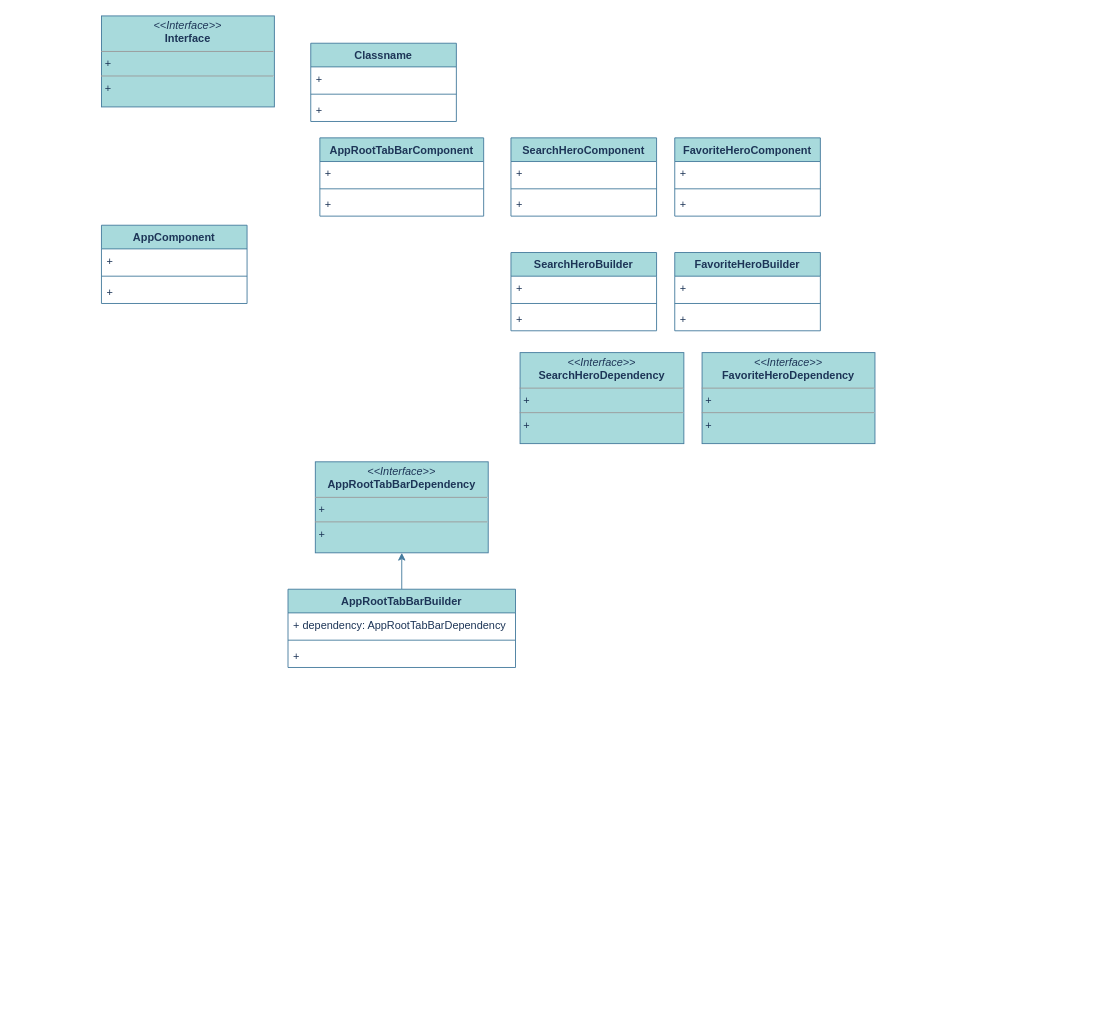
The draw.io diagram page "DI" (2 of 2) of Characters.drawio in gookhee/diagrams, before the edit. Source tidied: cells renumbered, new cells numbered last; positions are measured from the earlier drawing's top-left corner, leaving out a move shared by most shapes. Both pictures are drawn from the tidied source at 91%, with x=0, y=0 at pixel (101, 15).
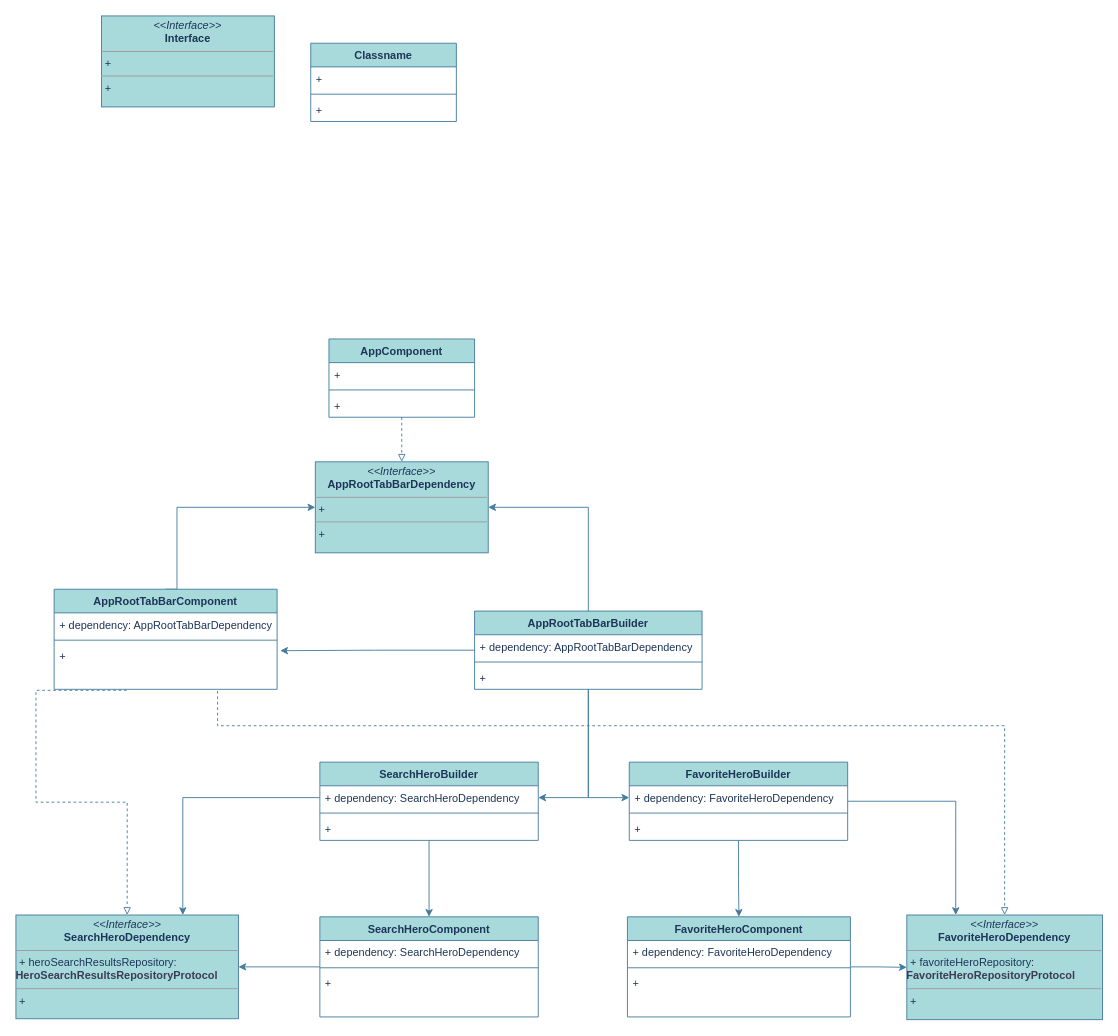
The same page after the edit.

The edit, as a diff of the source:
```diff
@@
+    <mxCell id="39" style="edgeStyle=orthogonalEdgeStyle;rounded=0;jettySize=auto;html=1;entryX=0.5;entryY=0;entryDx=0;entryDy=0;strokeColor=#457B9D;fontColor=#1D3557;fillColor=#A8DADC;dashed=1;endArrow=block;endFill=0;" parent="1" edge="1" source="7" target="37">
+      <mxGeometry relative="1" as="geometry" />
+    </mxCell>
     <mxCell id="7" value="AppComponent" style="swimlane;fontStyle=1;align=center;verticalAlign=top;horizontal=1;startSize=26;whiteSpace=wrap;html=1;strokeColor=#457B9D;fontColor=#1D3557;fillColor=#A8DADC;labelBackgroundColor=none;" parent="1" vertex="1">
-      <mxGeometry y="230" width="160" height="86" as="geometry" />
+      <mxGeometry x="250" y="355" width="160" height="86" as="geometry" />
     </mxCell>
@@
+    <mxCell id="40" style="edgeStyle=orthogonalEdgeStyle;rounded=0;jettySize=auto;html=1;strokeColor=#457B9D;fontColor=default;fillColor=#A8DADC;endArrow=classic;endFill=1;labelBackgroundColor=none;exitX=0.5;exitY=0;exitDx=0;exitDy=0;entryX=0;entryY=0.5;entryDx=0;entryDy=0;" parent="1" edge="1" source="11" target="37">
+      <mxGeometry relative="1" as="geometry">
+        <Array as="points">
+          <mxPoint x="83" y="540" />
+        </Array>
+      </mxGeometry>
+    </mxCell>
     <mxCell id="11" value="AppRootTabBarComponent" style="swimlane;fontStyle=1;align=center;verticalAlign=top;horizontal=1;startSize=26;whiteSpace=wrap;html=1;strokeColor=#457B9D;fontColor=#1D3557;fillColor=#A8DADC;labelBackgroundColor=none;" parent="1" vertex="1">
-      <mxGeometry x="240" y="134" width="180" height="86" as="geometry" />
+      <mxGeometry x="-52" y="630" width="245" height="110" as="geometry" />
     </mxCell>
-    <mxCell id="12" value="+&amp;nbsp;" style="text;strokeColor=none;fillColor=none;align=left;verticalAlign=top;spacingLeft=4;spacingRight=4;overflow=hidden;whiteSpace=wrap;html=1;fontColor=#1D3557;labelBackgroundColor=none;" parent="11" vertex="1">
-      <mxGeometry y="26" width="180" height="26" as="geometry" />
+    <mxCell id="12" value="+ dependency: AppRootTabBarDependency" style="text;strokeColor=none;fillColor=none;align=left;verticalAlign=top;spacingLeft=4;spacingRight=4;overflow=hidden;whiteSpace=wrap;html=1;fontColor=#1D3557;labelBackgroundColor=none;" parent="11" vertex="1">
+      <mxGeometry y="26" width="245" height="26" as="geometry" />
     </mxCell>
     <mxCell id="13" style="line;strokeWidth=1;fillColor=none;align=left;verticalAlign=middle;spacingTop=-1;spacingLeft=3;spacingRight=3;labelPosition=right;strokeColor=#457B9D;fontColor=#1D3557;labelBackgroundColor=none;" parent="11" vertex="1">
-      <mxGeometry y="52" width="180" height="8" as="geometry" />
+      <mxGeometry y="52" width="245" height="8" as="geometry" />
     </mxCell>
     <mxCell id="14" value="+&amp;nbsp;" style="text;strokeColor=none;fillColor=none;align=left;verticalAlign=top;spacingLeft=4;spacingRight=4;overflow=hidden;points=[[0,0.5],[1,0.5]];portConstraint=eastwest;whiteSpace=wrap;html=1;fontColor=#1D3557;labelBackgroundColor=none;" parent="11" vertex="1">
-      <mxGeometry y="60" width="180" height="26" as="geometry" />
+      <mxGeometry y="60" width="245" height="50" as="geometry" />
     </mxCell>
-    <mxCell id="15" value="SearchHeroComponent" style="swimlane;fontStyle=1;align=center;verticalAlign=top;horizontal=1;startSize=26;whiteSpace=wrap;html=1;strokeColor=#457B9D;fontColor=#1D3557;fillColor=#A8DADC;labelBackgroundColor=none;" parent="1" vertex="1">
-      <mxGeometry x="450" y="134" width="160" height="86" as="geometry" />
-    </mxCell>
-    <mxCell id="16" value="+&amp;nbsp;" style="text;strokeColor=none;fillColor=none;align=left;verticalAlign=top;spacingLeft=4;spacingRight=4;overflow=hidden;whiteSpace=wrap;html=1;fontColor=#1D3557;labelBackgroundColor=none;" parent="15" vertex="1">
-      <mxGeometry y="26" width="160" height="26" as="geometry" />
-    </mxCell>
-    <mxCell id="17" style="line;strokeWidth=1;fillColor=none;align=left;verticalAlign=middle;spacingTop=-1;spacingLeft=3;spacingRight=3;labelPosition=right;strokeColor=#457B9D;fontColor=#1D3557;labelBackgroundColor=none;" parent="15" vertex="1">
-      <mxGeometry y="52" width="160" height="8" as="geometry" />
-    </mxCell>
-    <mxCell id="18" value="+&amp;nbsp;" style="text;strokeColor=none;fillColor=none;align=left;verticalAlign=top;spacingLeft=4;spacingRight=4;overflow=hidden;whiteSpace=wrap;html=1;fontColor=#1D3557;labelBackgroundColor=none;" parent="15" vertex="1">
-      <mxGeometry y="60" width="160" height="26" as="geometry" />
-    </mxCell>
-    <mxCell id="19" value="FavoriteHeroComponent" style="swimlane;fontStyle=1;align=center;verticalAlign=top;horizontal=1;startSize=26;whiteSpace=wrap;html=1;strokeColor=#457B9D;fontColor=#1D3557;fillColor=#A8DADC;labelBackgroundColor=none;" parent="1" vertex="1">
-      <mxGeometry x="630" y="134" width="160" height="86" as="geometry" />
-    </mxCell>
-    <mxCell id="20" value="+&amp;nbsp;" style="text;strokeColor=none;fillColor=none;align=left;verticalAlign=top;spacingLeft=4;spacingRight=4;overflow=hidden;whiteSpace=wrap;html=1;fontColor=#1D3557;labelBackgroundColor=none;" parent="19" vertex="1">
-      <mxGeometry y="26" width="160" height="26" as="geometry" />
-    </mxCell>
-    <mxCell id="21" style="line;strokeWidth=1;fillColor=none;align=left;verticalAlign=middle;spacingTop=-1;spacingLeft=3;spacingRight=3;labelPosition=right;strokeColor=#457B9D;fontColor=#1D3557;labelBackgroundColor=none;" parent="19" vertex="1">
-      <mxGeometry y="52" width="160" height="8" as="geometry" />
-    </mxCell>
-    <mxCell id="22" value="+&amp;nbsp;" style="text;strokeColor=none;fillColor=none;align=left;verticalAlign=top;spacingLeft=4;spacingRight=4;overflow=hidden;whiteSpace=wrap;html=1;fontColor=#1D3557;labelBackgroundColor=none;" parent="19" vertex="1">
-      <mxGeometry y="60" width="160" height="26" as="geometry" />
-    </mxCell>
+    <mxCell id="41" style="edgeStyle=orthogonalEdgeStyle;rounded=0;jettySize=auto;html=1;strokeColor=#457B9D;fontColor=#1D3557;fillColor=#A8DADC;entryX=0;entryY=0.5;entryDx=0;entryDy=0;" parent="1" edge="1" source="24" target="57">
+      <mxGeometry relative="1" as="geometry" />
+    </mxCell>
-    <mxCell id="23" style="edgeStyle=orthogonalEdgeStyle;rounded=0;jettySize=auto;html=1;exitX=0.5;exitY=0;exitDx=0;exitDy=0;strokeColor=#457B9D;fontColor=default;fillColor=#A8DADC;entryX=0.5;entryY=1;entryDx=0;entryDy=0;labelBackgroundColor=none;" parent="1" edge="1" source="24" target="37">
+    <mxCell id="23" style="edgeStyle=orthogonalEdgeStyle;rounded=0;jettySize=auto;html=1;entryX=1;entryY=0.5;entryDx=0;entryDy=0;strokeColor=#457B9D;fontColor=#1D3557;fillColor=#A8DADC;" parent="1" edge="1" source="24" target="37">
       <mxGeometry relative="1" as="geometry" />
     </mxCell>
+    <mxCell id="42" style="edgeStyle=orthogonalEdgeStyle;rounded=0;jettySize=auto;html=1;entryX=1;entryY=0.5;entryDx=0;entryDy=0;strokeColor=#457B9D;fontColor=#1D3557;fillColor=#A8DADC;" parent="1" edge="1" source="24" target="48">
+      <mxGeometry relative="1" as="geometry" />
+    </mxCell>
     <mxCell id="24" value="AppRootTabBarBuilder" style="swimlane;fontStyle=1;align=center;verticalAlign=top;horizontal=1;startSize=26;whiteSpace=wrap;html=1;strokeColor=#457B9D;fontColor=#1D3557;fillColor=#A8DADC;labelBackgroundColor=none;" parent="1" vertex="1">
-      <mxGeometry x="205" y="630" width="250" height="86" as="geometry" />
+      <mxGeometry x="410" y="654" width="250" height="86" as="geometry" />
     </mxCell>
@@
+    <mxCell id="37" value="&lt;p style=&quot;margin:0px;margin-top:4px;text-align:center;&quot;&gt;&lt;i&gt;&amp;lt;&amp;lt;Interface&amp;gt;&amp;gt;&lt;/i&gt;&lt;br&gt;&lt;b&gt;AppRootTabBarDependency&lt;/b&gt;&lt;/p&gt;&lt;hr size=&quot;1&quot;&gt;&lt;p style=&quot;margin:0px;margin-left:4px;&quot;&gt;+&amp;nbsp;&lt;br&gt;&lt;/p&gt;&lt;hr size=&quot;1&quot;&gt;&lt;p style=&quot;margin:0px;margin-left:4px;&quot;&gt;+&amp;nbsp;&lt;br&gt;&lt;/p&gt;" style="verticalAlign=top;align=left;overflow=fill;fontSize=12;fontFamily=Helvetica;html=1;whiteSpace=wrap;labelBackgroundColor=none;fillColor=#A8DADC;strokeColor=#457B9D;fontColor=#1D3557;" parent="1" vertex="1">
+      <mxGeometry x="235" y="490" width="190" height="100" as="geometry" />
+    </mxCell>
+    <mxCell id="43" style="edgeStyle=orthogonalEdgeStyle;rounded=0;jettySize=auto;html=1;entryX=1;entryY=0.5;entryDx=0;entryDy=0;strokeColor=#457B9D;fontColor=#1D3557;fillColor=#A8DADC;" parent="1" edge="1" source="15" target="51">
+      <mxGeometry relative="1" as="geometry" />
+    </mxCell>
+    <mxCell id="15" value="SearchHeroComponent" style="swimlane;fontStyle=1;align=center;verticalAlign=top;horizontal=1;startSize=26;whiteSpace=wrap;html=1;strokeColor=#457B9D;fontColor=#1D3557;fillColor=#A8DADC;labelBackgroundColor=none;" parent="1" vertex="1">
+      <mxGeometry x="240" y="990" width="240" height="110" as="geometry" />
+    </mxCell>
+    <mxCell id="44" value="+ dependency: SearchHeroDependency" style="text;strokeColor=none;fillColor=none;align=left;verticalAlign=top;spacingLeft=4;spacingRight=4;overflow=hidden;whiteSpace=wrap;html=1;fontColor=#1D3557;labelBackgroundColor=none;" parent="15" vertex="1">
+      <mxGeometry y="26" width="240" height="26" as="geometry" />
+    </mxCell>
+    <mxCell id="45" style="line;strokeWidth=1;fillColor=none;align=left;verticalAlign=middle;spacingTop=-1;spacingLeft=3;spacingRight=3;labelPosition=right;strokeColor=#457B9D;fontColor=#1D3557;labelBackgroundColor=none;" parent="15" vertex="1">
+      <mxGeometry y="52" width="240" height="8" as="geometry" />
+    </mxCell>
+    <mxCell id="46" value="+&amp;nbsp;" style="text;strokeColor=none;fillColor=none;align=left;verticalAlign=top;spacingLeft=4;spacingRight=4;overflow=hidden;whiteSpace=wrap;html=1;fontColor=#1D3557;labelBackgroundColor=none;" parent="15" vertex="1">
+      <mxGeometry y="60" width="240" height="50" as="geometry" />
+    </mxCell>
+    <mxCell id="47" style="edgeStyle=orthogonalEdgeStyle;rounded=0;jettySize=auto;html=1;strokeColor=#457B9D;fontColor=#1D3557;fillColor=#A8DADC;" parent="1" edge="1" source="28" target="15">
+      <mxGeometry relative="1" as="geometry" />
+    </mxCell>
     <mxCell id="28" value="SearchHeroBuilder" style="swimlane;fontStyle=1;align=center;verticalAlign=top;horizontal=1;startSize=26;whiteSpace=wrap;html=1;strokeColor=#457B9D;fontColor=#1D3557;fillColor=#A8DADC;labelBackgroundColor=none;" parent="1" vertex="1">
-      <mxGeometry x="450" y="260" width="160" height="86" as="geometry" />
+      <mxGeometry x="240" y="820" width="240" height="86" as="geometry" />
     </mxCell>
-    <mxCell id="29" value="+&amp;nbsp;" style="text;strokeColor=none;fillColor=none;align=left;verticalAlign=top;spacingLeft=4;spacingRight=4;overflow=hidden;whiteSpace=wrap;html=1;fontColor=#1D3557;labelBackgroundColor=none;" parent="28" vertex="1">
-      <mxGeometry y="26" width="160" height="26" as="geometry" />
-    </mxCell>
-    <mxCell id="30" style="line;strokeWidth=1;fillColor=none;align=left;verticalAlign=middle;spacingTop=-1;spacingLeft=3;spacingRight=3;labelPosition=right;strokeColor=#457B9D;fontColor=#1D3557;labelBackgroundColor=none;" parent="28" vertex="1">
-      <mxGeometry y="52" width="160" height="8" as="geometry" />
-    </mxCell>
-    <mxCell id="31" value="+&amp;nbsp;" style="text;strokeColor=none;fillColor=none;align=left;verticalAlign=top;spacingLeft=4;spacingRight=4;overflow=hidden;whiteSpace=wrap;html=1;fontColor=#1D3557;labelBackgroundColor=none;" parent="28" vertex="1">
-      <mxGeometry y="60" width="160" height="26" as="geometry" />
-    </mxCell>
+    <mxCell id="48" value="+ dependency: SearchHeroDependency" style="text;strokeColor=none;fillColor=none;align=left;verticalAlign=top;spacingLeft=4;spacingRight=4;overflow=hidden;points=[[0,0.5],[1,0.5]];portConstraint=eastwest;whiteSpace=wrap;html=1;fontColor=#1D3557;labelBackgroundColor=none;" parent="28" vertex="1">
+      <mxGeometry y="26" width="240" height="26" as="geometry" />
+    </mxCell>
+    <mxCell id="49" style="line;strokeWidth=1;fillColor=none;align=left;verticalAlign=middle;spacingTop=-1;spacingLeft=3;spacingRight=3;labelPosition=right;strokeColor=#457B9D;fontColor=#1D3557;labelBackgroundColor=none;" parent="28" vertex="1">
+      <mxGeometry y="52" width="240" height="8" as="geometry" />
+    </mxCell>
+    <mxCell id="50" value="+&amp;nbsp;" style="text;strokeColor=none;fillColor=none;align=left;verticalAlign=top;spacingLeft=4;spacingRight=4;overflow=hidden;whiteSpace=wrap;html=1;fontColor=#1D3557;labelBackgroundColor=none;" parent="28" vertex="1">
+      <mxGeometry y="60" width="240" height="26" as="geometry" />
+    </mxCell>
+    <mxCell id="51" value="&lt;p style=&quot;margin:0px;margin-top:4px;text-align:center;&quot;&gt;&lt;i&gt;&amp;lt;&amp;lt;Interface&amp;gt;&amp;gt;&lt;/i&gt;&lt;br&gt;&lt;b&gt;SearchHeroDependency&lt;/b&gt;&lt;/p&gt;&lt;hr size=&quot;1&quot;&gt;&lt;p style=&quot;margin:0px;margin-left:4px;&quot;&gt;+ heroSearchResultsRepository:&lt;br&gt;&lt;/p&gt;&lt;b style=&quot;border-color: var(--border-color); color: rgb(57, 60, 86); text-align: center;&quot;&gt;HeroSearchResultsRepositoryProtocol&lt;br&gt;&lt;/b&gt;&lt;hr size=&quot;1&quot;&gt;&lt;p style=&quot;margin:0px;margin-left:4px;&quot;&gt;+&amp;nbsp;&lt;br&gt;&lt;/p&gt;" style="verticalAlign=top;align=left;overflow=fill;fontSize=12;fontFamily=Helvetica;html=1;whiteSpace=wrap;labelBackgroundColor=none;fillColor=#A8DADC;strokeColor=#457B9D;fontColor=#1D3557;" parent="1" vertex="1">
+      <mxGeometry x="-94" y="988" width="244.5" height="114" as="geometry" />
+    </mxCell>
+    <mxCell id="52" style="edgeStyle=orthogonalEdgeStyle;rounded=0;jettySize=auto;html=1;entryX=0;entryY=0.5;entryDx=0;entryDy=0;strokeColor=#457B9D;fontColor=default;fillColor=#A8DADC;endArrow=classic;endFill=1;labelBackgroundColor=none;" parent="1" edge="1" source="19" target="60">
+      <mxGeometry relative="1" as="geometry" />
+    </mxCell>
+    <mxCell id="19" value="FavoriteHeroComponent" style="swimlane;fontStyle=1;align=center;verticalAlign=top;horizontal=1;startSize=26;whiteSpace=wrap;html=1;strokeColor=#457B9D;fontColor=#1D3557;fillColor=#A8DADC;labelBackgroundColor=none;" parent="1" vertex="1">
+      <mxGeometry x="578" y="990" width="245" height="110" as="geometry" />
+    </mxCell>
+    <mxCell id="53" value="+ dependency: FavoriteHeroDependency" style="text;strokeColor=none;fillColor=none;align=left;verticalAlign=top;spacingLeft=4;spacingRight=4;overflow=hidden;whiteSpace=wrap;html=1;fontColor=#1D3557;labelBackgroundColor=none;" parent="19" vertex="1">
+      <mxGeometry y="26" width="245" height="26" as="geometry" />
+    </mxCell>
+    <mxCell id="54" style="line;strokeWidth=1;fillColor=none;align=left;verticalAlign=middle;spacingTop=-1;spacingLeft=3;spacingRight=3;labelPosition=right;strokeColor=#457B9D;fontColor=#1D3557;labelBackgroundColor=none;" parent="19" vertex="1">
+      <mxGeometry y="52" width="245" height="8" as="geometry" />
+    </mxCell>
+    <mxCell id="55" value="+&amp;nbsp;" style="text;strokeColor=none;fillColor=none;align=left;verticalAlign=top;spacingLeft=4;spacingRight=4;overflow=hidden;whiteSpace=wrap;html=1;fontColor=#1D3557;labelBackgroundColor=none;" parent="19" vertex="1">
+      <mxGeometry y="60" width="245" height="50" as="geometry" />
+    </mxCell>
+    <mxCell id="56" style="edgeStyle=orthogonalEdgeStyle;rounded=0;jettySize=auto;html=1;entryX=0.5;entryY=0;entryDx=0;entryDy=0;strokeColor=#457B9D;fontColor=#1D3557;fillColor=#A8DADC;" parent="1" edge="1" source="32" target="19">
+      <mxGeometry relative="1" as="geometry" />
+    </mxCell>
     <mxCell id="32" value="FavoriteHeroBuilder" style="swimlane;fontStyle=1;align=center;verticalAlign=top;horizontal=1;startSize=26;whiteSpace=wrap;html=1;strokeColor=#457B9D;fontColor=#1D3557;fillColor=#A8DADC;labelBackgroundColor=none;" parent="1" vertex="1">
-      <mxGeometry x="630" y="260" width="160" height="86" as="geometry" />
+      <mxGeometry x="580" y="820" width="240" height="86" as="geometry" />
     </mxCell>
-    <mxCell id="33" value="+&amp;nbsp;" style="text;strokeColor=none;fillColor=none;align=left;verticalAlign=top;spacingLeft=4;spacingRight=4;overflow=hidden;whiteSpace=wrap;html=1;fontColor=#1D3557;labelBackgroundColor=none;" parent="32" vertex="1">
-      <mxGeometry y="26" width="160" height="26" as="geometry" />
-    </mxCell>
-    <mxCell id="34" style="line;strokeWidth=1;fillColor=none;align=left;verticalAlign=middle;spacingTop=-1;spacingLeft=3;spacingRight=3;labelPosition=right;strokeColor=#457B9D;fontColor=#1D3557;labelBackgroundColor=none;" parent="32" vertex="1">
-      <mxGeometry y="52" width="160" height="8" as="geometry" />
-    </mxCell>
-    <mxCell id="35" value="+&amp;nbsp;" style="text;strokeColor=none;fillColor=none;align=left;verticalAlign=top;spacingLeft=4;spacingRight=4;overflow=hidden;whiteSpace=wrap;html=1;fontColor=#1D3557;labelBackgroundColor=none;" parent="32" vertex="1">
-      <mxGeometry y="60" width="160" height="26" as="geometry" />
-    </mxCell>
-    <mxCell id="36" value="&lt;p style=&quot;margin:0px;margin-top:4px;text-align:center;&quot;&gt;&lt;i&gt;&amp;lt;&amp;lt;Interface&amp;gt;&amp;gt;&lt;/i&gt;&lt;br&gt;&lt;b&gt;FavoriteHeroDependency&lt;/b&gt;&lt;/p&gt;&lt;hr size=&quot;1&quot;&gt;&lt;p style=&quot;margin:0px;margin-left:4px;&quot;&gt;+&amp;nbsp;&lt;br&gt;&lt;/p&gt;&lt;hr size=&quot;1&quot;&gt;&lt;p style=&quot;margin:0px;margin-left:4px;&quot;&gt;+&amp;nbsp;&lt;br&gt;&lt;/p&gt;" style="verticalAlign=top;align=left;overflow=fill;fontSize=12;fontFamily=Helvetica;html=1;whiteSpace=wrap;labelBackgroundColor=none;fillColor=#A8DADC;strokeColor=#457B9D;fontColor=#1D3557;" parent="1" vertex="1">
-      <mxGeometry x="660" y="370" width="190" height="100" as="geometry" />
-    </mxCell>
-    <mxCell id="37" value="&lt;p style=&quot;margin:0px;margin-top:4px;text-align:center;&quot;&gt;&lt;i&gt;&amp;lt;&amp;lt;Interface&amp;gt;&amp;gt;&lt;/i&gt;&lt;br&gt;&lt;b&gt;AppRootTabBarDependency&lt;/b&gt;&lt;/p&gt;&lt;hr size=&quot;1&quot;&gt;&lt;p style=&quot;margin:0px;margin-left:4px;&quot;&gt;+&amp;nbsp;&lt;br&gt;&lt;/p&gt;&lt;hr size=&quot;1&quot;&gt;&lt;p style=&quot;margin:0px;margin-left:4px;&quot;&gt;+&amp;nbsp;&lt;br&gt;&lt;/p&gt;" style="verticalAlign=top;align=left;overflow=fill;fontSize=12;fontFamily=Helvetica;html=1;whiteSpace=wrap;labelBackgroundColor=none;fillColor=#A8DADC;strokeColor=#457B9D;fontColor=#1D3557;" parent="1" vertex="1">
-      <mxGeometry x="235" y="490" width="190" height="100" as="geometry" />
-    </mxCell>
-    <mxCell id="38" value="&lt;p style=&quot;margin:0px;margin-top:4px;text-align:center;&quot;&gt;&lt;i&gt;&amp;lt;&amp;lt;Interface&amp;gt;&amp;gt;&lt;/i&gt;&lt;br&gt;&lt;b&gt;SearchHeroDependency&lt;/b&gt;&lt;/p&gt;&lt;hr size=&quot;1&quot;&gt;&lt;p style=&quot;margin:0px;margin-left:4px;&quot;&gt;+&amp;nbsp;&lt;br&gt;&lt;/p&gt;&lt;hr size=&quot;1&quot;&gt;&lt;p style=&quot;margin:0px;margin-left:4px;&quot;&gt;+&amp;nbsp;&lt;br&gt;&lt;/p&gt;" style="verticalAlign=top;align=left;overflow=fill;fontSize=12;fontFamily=Helvetica;html=1;whiteSpace=wrap;labelBackgroundColor=none;fillColor=#A8DADC;strokeColor=#457B9D;fontColor=#1D3557;" parent="1" vertex="1">
-      <mxGeometry x="460" y="370" width="180" height="100" as="geometry" />
-    </mxCell>
+    <mxCell id="57" value="+ dependency: FavoriteHeroDependency" style="text;strokeColor=none;fillColor=none;align=left;verticalAlign=top;spacingLeft=4;spacingRight=4;overflow=hidden;points=[[0,0.5],[1,0.5]];portConstraint=eastwest;whiteSpace=wrap;html=1;fontColor=#1D3557;labelBackgroundColor=none;" parent="32" vertex="1">
+      <mxGeometry y="26" width="240" height="26" as="geometry" />
+    </mxCell>
+    <mxCell id="58" style="line;strokeWidth=1;fillColor=none;align=left;verticalAlign=middle;spacingTop=-1;spacingLeft=3;spacingRight=3;labelPosition=right;strokeColor=#457B9D;fontColor=#1D3557;labelBackgroundColor=none;" parent="32" vertex="1">
+      <mxGeometry y="52" width="240" height="8" as="geometry" />
+    </mxCell>
+    <mxCell id="59" value="+&amp;nbsp;" style="text;strokeColor=none;fillColor=none;align=left;verticalAlign=top;spacingLeft=4;spacingRight=4;overflow=hidden;whiteSpace=wrap;html=1;fontColor=#1D3557;labelBackgroundColor=none;" parent="32" vertex="1">
+      <mxGeometry y="60" width="240" height="26" as="geometry" />
+    </mxCell>
+    <mxCell id="60" value="&lt;p style=&quot;margin:0px;margin-top:4px;text-align:center;&quot;&gt;&lt;i&gt;&amp;lt;&amp;lt;Interface&amp;gt;&amp;gt;&lt;/i&gt;&lt;br&gt;&lt;b&gt;FavoriteHeroDependency&lt;/b&gt;&lt;/p&gt;&lt;hr size=&quot;1&quot;&gt;&lt;p style=&quot;margin:0px;margin-left:4px;&quot;&gt;+ favoriteHeroRepository:&lt;br&gt;&lt;/p&gt;&lt;b style=&quot;border-color: var(--border-color); color: rgb(57, 60, 86); text-align: center;&quot;&gt;FavoriteHeroRepositoryProtocol&lt;/b&gt;&lt;hr size=&quot;1&quot;&gt;&lt;p style=&quot;margin:0px;margin-left:4px;&quot;&gt;+&amp;nbsp;&lt;br&gt;&lt;/p&gt;" style="verticalAlign=top;align=left;overflow=fill;fontSize=12;fontFamily=Helvetica;html=1;whiteSpace=wrap;labelBackgroundColor=none;fillColor=#A8DADC;strokeColor=#457B9D;fontColor=#1D3557;" parent="1" vertex="1">
+      <mxGeometry x="885" y="988" width="215" height="115" as="geometry" />
+    </mxCell>
+    <mxCell id="61" style="edgeStyle=orthogonalEdgeStyle;rounded=0;jettySize=auto;html=1;strokeColor=#457B9D;fontColor=#1D3557;fillColor=#A8DADC;dashed=1;endArrow=block;endFill=0;exitX=0.733;exitY=1.035;exitDx=0;exitDy=0;exitPerimeter=0;entryX=0.5;entryY=0;entryDx=0;entryDy=0;" parent="1" edge="1" source="14" target="60">
+      <mxGeometry relative="1" as="geometry">
+        <Array as="points">
+          <mxPoint x="140" y="780" />
+          <mxPoint x="980" y="780" />
+        </Array>
+      </mxGeometry>
+    </mxCell>
+    <mxCell id="62" style="edgeStyle=orthogonalEdgeStyle;rounded=0;jettySize=auto;html=1;entryX=1.014;entryY=0.151;entryDx=0;entryDy=0;entryPerimeter=0;strokeColor=#457B9D;fontColor=#1D3557;fillColor=#A8DADC;" parent="1" edge="1" source="24" target="14">
+      <mxGeometry relative="1" as="geometry" />
+    </mxCell>
+    <mxCell id="63" style="edgeStyle=orthogonalEdgeStyle;rounded=0;jettySize=auto;html=1;entryX=0.75;entryY=0;entryDx=0;entryDy=0;strokeColor=#457B9D;fontColor=#1D3557;fillColor=#A8DADC;" parent="1" edge="1" source="48" target="51">
+      <mxGeometry relative="1" as="geometry" />
+    </mxCell>
+    <mxCell id="64" style="edgeStyle=orthogonalEdgeStyle;rounded=0;jettySize=auto;html=1;entryX=0.25;entryY=0;entryDx=0;entryDy=0;strokeColor=#457B9D;fontColor=#1D3557;fillColor=#A8DADC;" parent="1" edge="1" source="32" target="60">
+      <mxGeometry relative="1" as="geometry" />
+    </mxCell>
+    <mxCell id="65" style="edgeStyle=orthogonalEdgeStyle;rounded=0;jettySize=auto;html=1;strokeColor=#457B9D;fontColor=#1D3557;fillColor=#A8DADC;exitX=0.326;exitY=1.021;exitDx=0;exitDy=0;exitPerimeter=0;entryX=0.5;entryY=0;entryDx=0;entryDy=0;dashed=1;endArrow=block;endFill=0;" parent="1" edge="1" source="14" target="51">
+      <mxGeometry relative="1" as="geometry" />
+    </mxCell>
```
